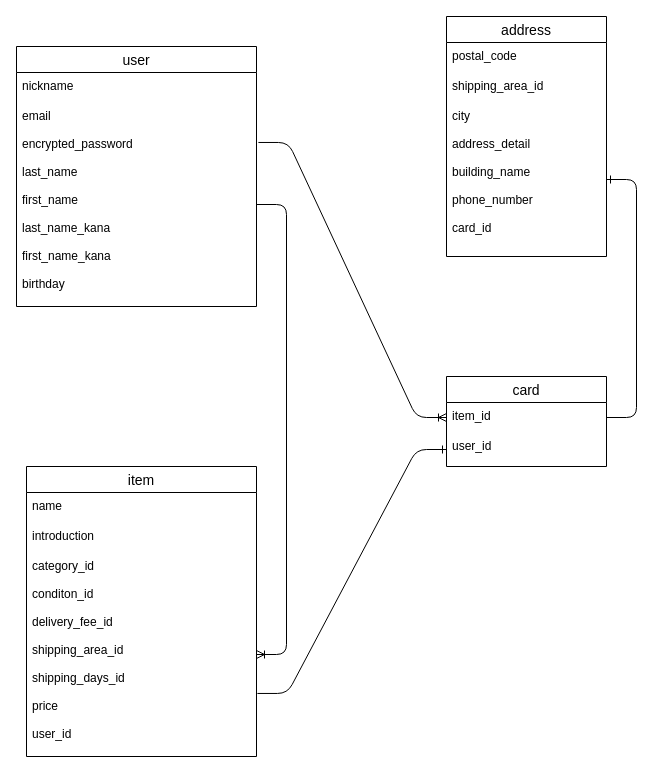
motsu3/furima-36183 keeps this draw.io diagram as ER.dio. Above is the earlier version. Source tidied: cells renumbered, new cells numbered last; positions are measured from the earlier drawing's top-left corner, leaving out a move shared by most shapes. Both pictures are drawn from the tidied source at 100%, with x=0, y=0 at pixel (16, 16).
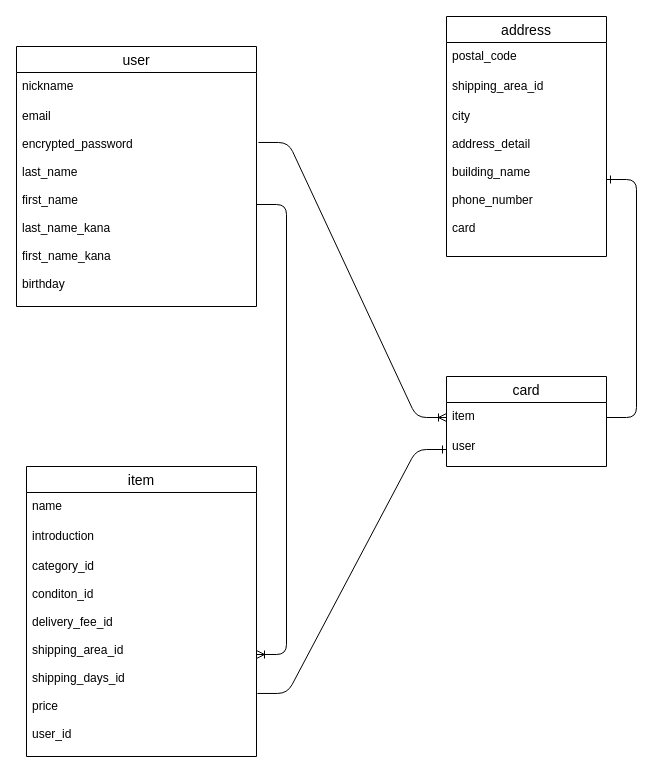
The same diagram, later.

Commit message (it also covers changes not shown here):
DB設計の修正1

Diff of the diagram source:
```diff
@@
 <mxGraphModel>
   <root>
     <mxCell id="0" />
     <mxCell id="1" parent="0" />
     <mxCell id="2" value="user" style="swimlane;fontStyle=0;horizontal=1;startSize=26;align=center;fontSize=14;" parent="1" vertex="1">
       <mxGeometry y="30" width="240" height="260" as="geometry" />
     </mxCell>
     <mxCell id="3" value="nickname&#10;&#10;&#10;" style="text;strokeColor=none;fillColor=none;spacingLeft=4;spacingRight=4;overflow=hidden;fontSize=12;" parent="2" vertex="1">
       <mxGeometry y="26" width="240" height="30" as="geometry" />
     </mxCell>
     <mxCell id="4" value="email&#10;&#10;encrypted_password&#10;&#10;last_name&#10;&#10;first_name&#10;&#10;last_name_kana&#10;&#10;first_name_kana&#10;&#10;birthday&#10;&#10;" style="text;strokeColor=none;fillColor=none;spacingLeft=4;spacingRight=4;overflow=hidden;points=[[0,0.5],[1,0.5]];portConstraint=eastwest;fontSize=12;" parent="2" vertex="1">
       <mxGeometry y="56" width="240" height="204" as="geometry" />
     </mxCell>
     <mxCell id="5" value="item" style="swimlane;fontStyle=0;horizontal=1;startSize=26;align=center;fontSize=14;" parent="1" vertex="1">
       <mxGeometry x="10" y="450" width="230" height="290" as="geometry" />
     </mxCell>
     <mxCell id="6" value="name&#10;&#10;" style="text;strokeColor=none;fillColor=none;spacingLeft=4;spacingRight=4;overflow=hidden;fontSize=12;" parent="5" vertex="1">
       <mxGeometry y="26" width="230" height="30" as="geometry" />
     </mxCell>
     <mxCell id="7" value="introduction" style="text;strokeColor=none;fillColor=none;spacingLeft=4;spacingRight=4;overflow=hidden;fontSize=12;" parent="5" vertex="1">
       <mxGeometry y="56" width="230" height="30" as="geometry" />
     </mxCell>
     <mxCell id="8" value="category_id&#10;&#10;conditon_id&#10;&#10;delivery_fee_id&#10;&#10;shipping_area_id&#10;&#10;shipping_days_id&#10;&#10;price&#10;&#10;user_id" style="text;strokeColor=none;fillColor=none;spacingLeft=4;spacingRight=4;overflow=hidden;points=[[0,0.5],[1,0.5]];portConstraint=eastwest;fontSize=12;" parent="5" vertex="1">
       <mxGeometry y="86" width="230" height="204" as="geometry" />
     </mxCell>
     <mxCell id="9" style="edgeStyle=entityRelationEdgeStyle;fontSize=12;html=1;endArrow=ERoneToMany;" parent="1" edge="1" source="4" target="8">
       <mxGeometry relative="1" as="geometry" />
     </mxCell>
     <mxCell id="10" value="address" style="swimlane;fontStyle=0;horizontal=1;startSize=26;align=center;fontSize=14;" parent="1" vertex="1">
       <mxGeometry x="430" width="160" height="240" as="geometry" />
     </mxCell>
     <mxCell id="11" value="postal_code" style="text;strokeColor=none;fillColor=none;spacingLeft=4;spacingRight=4;overflow=hidden;fontSize=12;" parent="10" vertex="1">
       <mxGeometry y="26" width="160" height="30" as="geometry" />
     </mxCell>
     <mxCell id="12" value="shipping_area_id" style="text;strokeColor=none;fillColor=none;spacingLeft=4;spacingRight=4;overflow=hidden;fontSize=12;" parent="10" vertex="1">
       <mxGeometry y="56" width="160" height="30" as="geometry" />
     </mxCell>
-    <mxCell id="13" value="city&#10;&#10;address_detail&#10;&#10;building_name&#10;&#10;phone_number&#10;&#10;card_id&#10;" style="text;strokeColor=none;fillColor=none;spacingLeft=4;spacingRight=4;overflow=hidden;points=[[0,0.5],[1,0.5]];portConstraint=eastwest;fontSize=12;" parent="10" vertex="1">
+    <mxCell id="13" value="city&#10;&#10;address_detail&#10;&#10;building_name&#10;&#10;phone_number&#10;&#10;card&#10;" style="text;strokeColor=none;fillColor=none;spacingLeft=4;spacingRight=4;overflow=hidden;points=[[0,0.5],[1,0.5]];portConstraint=eastwest;fontSize=12;" parent="10" vertex="1">
       <mxGeometry y="86" width="160" height="154" as="geometry" />
     </mxCell>
     <mxCell id="14" value="card" style="swimlane;fontStyle=0;horizontal=1;startSize=26;align=center;fontSize=14;" parent="1" vertex="1">
       <mxGeometry x="430" y="360" width="160" height="90" as="geometry" />
     </mxCell>
-    <mxCell id="15" value="item_id" style="text;strokeColor=none;fillColor=none;spacingLeft=4;spacingRight=4;overflow=hidden;points=[[0,0.5],[1,0.5]];portConstraint=eastwest;fontSize=12;" parent="14" vertex="1">
+    <mxCell id="15" value="item" style="text;strokeColor=none;fillColor=none;spacingLeft=4;spacingRight=4;overflow=hidden;points=[[0,0.5],[1,0.5]];portConstraint=eastwest;fontSize=12;" parent="14" vertex="1">
       <mxGeometry y="26" width="160" height="30" as="geometry" />
     </mxCell>
-    <mxCell id="16" value="user_id" style="text;strokeColor=none;fillColor=none;spacingLeft=4;spacingRight=4;overflow=hidden;points=[[0,0.5],[1,0.5]];portConstraint=eastwest;fontSize=12;" parent="14" vertex="1">
+    <mxCell id="16" value="user" style="text;strokeColor=none;fillColor=none;spacingLeft=4;spacingRight=4;overflow=hidden;points=[[0,0.5],[1,0.5]];portConstraint=eastwest;fontSize=12;" parent="14" vertex="1">
       <mxGeometry y="56" width="160" height="34" as="geometry" />
     </mxCell>
     <mxCell id="17" style="edgeStyle=entityRelationEdgeStyle;fontSize=12;html=1;endArrow=ERone;endFill=1;exitX=1;exitY=0.5;exitDx=0;exitDy=0;" parent="1" edge="1" source="15" target="13">
       <mxGeometry relative="1" as="geometry" />
     </mxCell>
     <mxCell id="18" style="edgeStyle=entityRelationEdgeStyle;fontSize=12;html=1;endArrow=ERone;endFill=1;exitX=1.004;exitY=0.691;exitDx=0;exitDy=0;exitPerimeter=0;entryX=0;entryY=0.5;entryDx=0;entryDy=0;" parent="1" edge="1" source="8" target="16">
       <mxGeometry relative="1" as="geometry" />
     </mxCell>
     <mxCell id="19" style="edgeStyle=entityRelationEdgeStyle;fontSize=12;html=1;endArrow=ERoneToMany;exitX=1.008;exitY=0.196;exitDx=0;exitDy=0;exitPerimeter=0;entryX=0;entryY=0.5;entryDx=0;entryDy=0;" parent="1" edge="1" source="4" target="15">
       <mxGeometry relative="1" as="geometry" />
     </mxCell>
   </root>
 </mxGraphModel>
```
